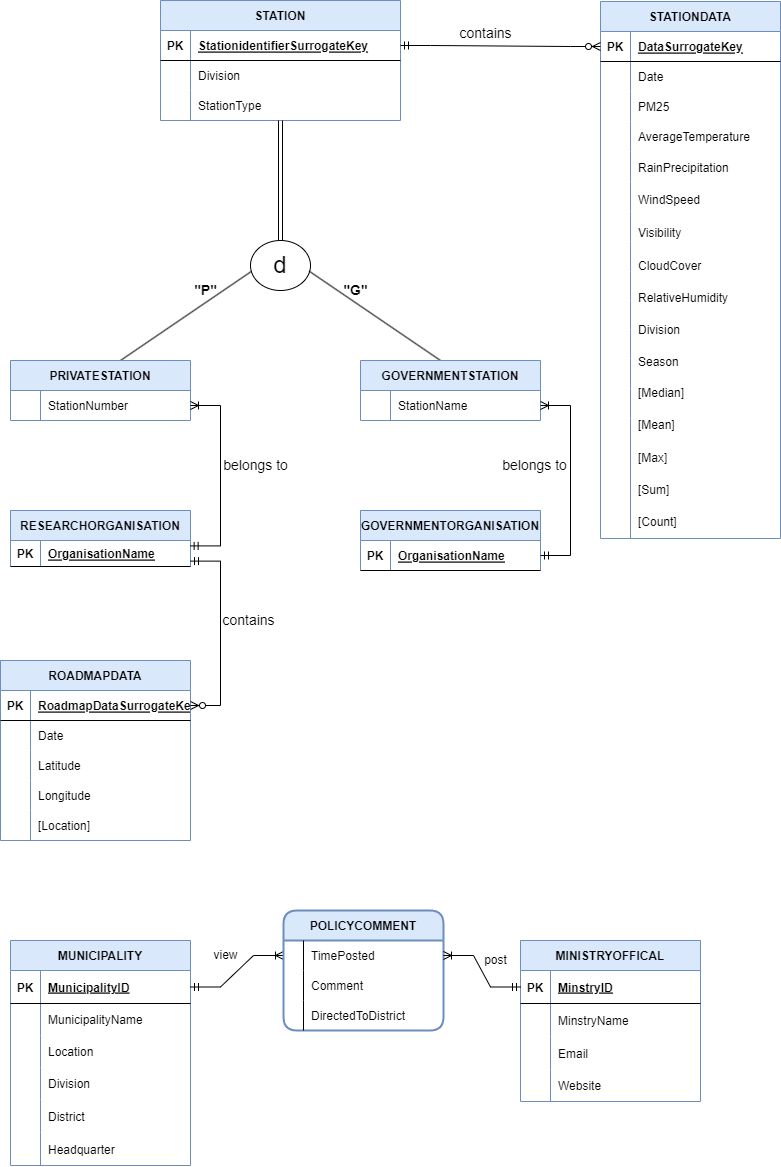
Above: ERDFinal.drawio.png in toushifhossain1/AirQualityMonitoringOfBangladesh (draw.io), before the change. Source tidied: cells renumbered, new cells last; positions are measured from the earlier drawing's top-left corner, leaving out a move shared by most shapes.
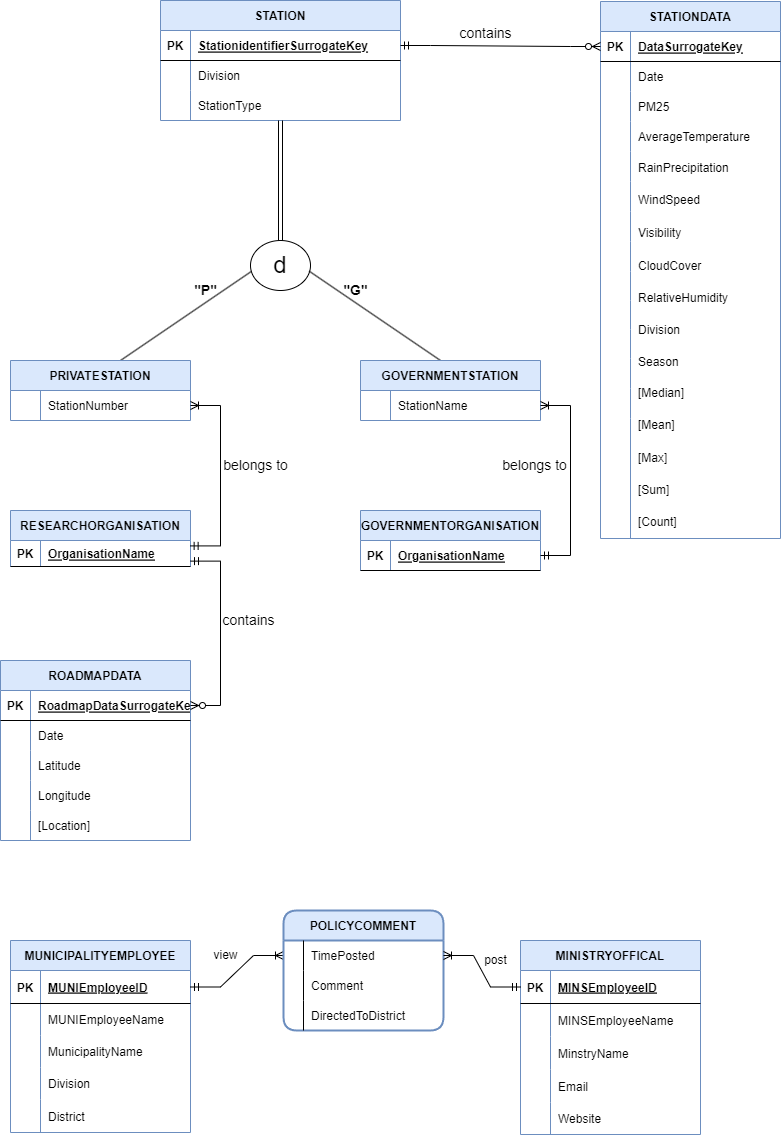
After the commit.

What changed in the source:
```diff
@@ -2,8 +2,8 @@
   <root>
     <mxCell id="0" />
     <mxCell id="1" parent="0" />
-    <mxCell id="2" value="MUNICIPALITY" style="shape=table;startSize=30;rowLines=0;fontStyle=1;align=center;fillColor=#dae8fc;strokeColor=#6c8ebf;" parent="1" vertex="1">
-      <mxGeometry x="10" y="940" width="180" height="225" as="geometry" />
+    <mxCell id="2" value="MUNICIPALITYEMPLOYEE" style="shape=table;startSize=30;rowLines=0;fontStyle=1;align=center;fillColor=#dae8fc;strokeColor=#6c8ebf;" parent="1" vertex="1">
+      <mxGeometry x="10" y="940" width="180" height="192" as="geometry" />
     </mxCell>
     <mxCell id="3" style="shape=tableRow;horizontal=0;startSize=0;swimlaneHead=0;swimlaneBody=0;fillColor=none;points=[[0,0.5],[1,0.5]];portConstraint=eastwest;top=0;left=0;right=0;bottom=1;" parent="2" vertex="1">
       <mxGeometry y="30" width="180" height="33" as="geometry" />
@@ -11,11 +11,20 @@
     <mxCell id="4" value="PK" style="shape=partialRectangle;fillColor=none;top=0;left=0;bottom=0;right=0;fontStyle=1;overflow=hidden;" parent="3" vertex="1">
       <mxGeometry width="30" height="33" as="geometry" />
     </mxCell>
-    <mxCell id="5" value="MunicipalityID" style="shape=partialRectangle;fillColor=none;top=0;left=0;bottom=0;right=0;align=left;spacingLeft=6;fontStyle=5;overflow=hidden;" parent="3" vertex="1">
+    <mxCell id="5" value="MUNIEmployeeID" style="shape=partialRectangle;fillColor=none;top=0;left=0;bottom=0;right=0;align=left;spacingLeft=6;fontStyle=5;overflow=hidden;" parent="3" vertex="1">
       <mxGeometry x="30" width="150" height="33" as="geometry" />
     </mxCell>
+    <mxCell id="161" style="shape=tableRow;horizontal=0;startSize=0;swimlaneHead=0;swimlaneBody=0;fillColor=none;top=0;left=0;right=0;bottom=0;" parent="2" vertex="1">
+      <mxGeometry y="63" width="180" height="32" as="geometry" />
+    </mxCell>
+    <mxCell id="10" style="shape=partialRectangle;fillColor=none;top=0;left=0;bottom=0;right=0;overflow=hidden;" parent="161" vertex="1">
+      <mxGeometry width="30" height="32" as="geometry" />
+    </mxCell>
+    <mxCell id="162" value="MUNIEmployeeName" style="shape=partialRectangle;fillColor=none;top=0;left=0;bottom=0;right=0;align=left;spacingLeft=6;overflow=hidden;" parent="161" vertex="1">
+      <mxGeometry x="30" width="150" height="32" as="geometry" />
+    </mxCell>
     <mxCell id="6" style="shape=tableRow;horizontal=0;startSize=0;swimlaneHead=0;swimlaneBody=0;fillColor=none;top=0;left=0;right=0;bottom=0;" parent="2" vertex="1">
-      <mxGeometry y="63" width="180" height="32" as="geometry" />
+      <mxGeometry y="95" width="180" height="32" as="geometry" />
     </mxCell>
     <mxCell id="7" style="shape=partialRectangle;fillColor=none;top=0;left=0;bottom=0;right=0;overflow=hidden;" parent="6" vertex="1">
       <mxGeometry width="30" height="32" as="geometry" />
@@ -23,15 +32,6 @@
     <mxCell id="8" value="MunicipalityName" style="shape=partialRectangle;fillColor=none;top=0;left=0;bottom=0;right=0;align=left;spacingLeft=6;overflow=hidden;" parent="6" vertex="1">
       <mxGeometry x="30" width="150" height="32" as="geometry" />
     </mxCell>
-    <mxCell id="9" style="shape=tableRow;horizontal=0;startSize=0;swimlaneHead=0;swimlaneBody=0;fillColor=none;top=0;left=0;right=0;bottom=0;" parent="2" vertex="1">
-      <mxGeometry y="95" width="180" height="32" as="geometry" />
-    </mxCell>
-    <mxCell id="10" style="shape=partialRectangle;fillColor=none;top=0;left=0;bottom=0;right=0;overflow=hidden;" parent="9" vertex="1">
-      <mxGeometry width="30" height="32" as="geometry" />
-    </mxCell>
-    <mxCell id="11" value="Location" style="shape=partialRectangle;fillColor=none;top=0;left=0;bottom=0;right=0;align=left;spacingLeft=6;overflow=hidden;" parent="9" vertex="1">
-      <mxGeometry x="30" width="150" height="32" as="geometry" />
-    </mxCell>
     <mxCell id="12" style="shape=tableRow;horizontal=0;startSize=0;swimlaneHead=0;swimlaneBody=0;fillColor=none;top=0;left=0;right=0;bottom=0;" parent="2" vertex="1">
       <mxGeometry y="127" width="180" height="32" as="geometry" />
     </mxCell>
@@ -50,20 +50,11 @@
     <mxCell id="17" value="District" style="shape=partialRectangle;fillColor=none;top=0;left=0;bottom=0;right=0;align=left;spacingLeft=6;overflow=hidden;" parent="15" vertex="1">
       <mxGeometry x="30" width="150" height="33" as="geometry" />
     </mxCell>
-    <mxCell id="18" style="shape=tableRow;horizontal=0;startSize=0;swimlaneHead=0;swimlaneBody=0;fillColor=none;top=0;left=0;right=0;bottom=0;" parent="2" vertex="1">
-      <mxGeometry y="192" width="180" height="33" as="geometry" />
-    </mxCell>
-    <mxCell id="19" style="shape=partialRectangle;fillColor=none;top=0;left=0;bottom=0;right=0;overflow=hidden;" parent="18" vertex="1">
-      <mxGeometry width="30" height="33" as="geometry" />
-    </mxCell>
-    <mxCell id="20" value="Headquarter" style="shape=partialRectangle;fillColor=none;top=0;left=0;bottom=0;right=0;align=left;spacingLeft=6;overflow=hidden;" parent="18" vertex="1">
-      <mxGeometry x="30" width="150" height="33" as="geometry" />
-    </mxCell>
     <mxCell id="21" style="edgeStyle=entityRelationEdgeStyle;fontSize=12;html=1;endArrow=ERoneToMany;startArrow=ERmandOne;rounded=0;exitX=1;exitY=0.5;exitDx=0;exitDy=0;" parent="1" edge="1" source="3" target="37">
       <mxGeometry relative="1" as="geometry" />
     </mxCell>
     <mxCell id="22" value="MINISTRYOFFICAL" style="shape=table;startSize=30;rowLines=0;fontStyle=1;align=center;fillColor=#dae8fc;strokeColor=#6c8ebf;" parent="1" vertex="1">
-      <mxGeometry x="520" y="940" width="180" height="161" as="geometry" />
+      <mxGeometry x="520" y="940" width="180" height="194" as="geometry" />
     </mxCell>
     <mxCell id="23" style="shape=tableRow;horizontal=0;startSize=0;swimlaneHead=0;swimlaneBody=0;fillColor=none;points=[[0,0.5],[1,0.5]];portConstraint=eastwest;top=0;left=0;right=0;bottom=1;" parent="22" vertex="1">
       <mxGeometry y="30" width="180" height="33" as="geometry" />
@@ -71,11 +62,20 @@
     <mxCell id="24" value="PK" style="shape=partialRectangle;fillColor=none;top=0;left=0;bottom=0;right=0;fontStyle=1;overflow=hidden;" parent="23" vertex="1">
       <mxGeometry width="30" height="33" as="geometry" />
     </mxCell>
-    <mxCell id="25" value="MinstryID" style="shape=partialRectangle;fillColor=none;top=0;left=0;bottom=0;right=0;align=left;spacingLeft=6;fontStyle=5;overflow=hidden;" parent="23" vertex="1">
+    <mxCell id="25" value="MINSEmployeeID" style="shape=partialRectangle;fillColor=none;top=0;left=0;bottom=0;right=0;align=left;spacingLeft=6;fontStyle=5;overflow=hidden;" parent="23" vertex="1">
       <mxGeometry x="30" width="150" height="33" as="geometry" />
     </mxCell>
+    <mxCell id="163" style="shape=tableRow;horizontal=0;startSize=0;swimlaneHead=0;swimlaneBody=0;fillColor=none;top=0;left=0;right=0;bottom=0;" parent="22" vertex="1">
+      <mxGeometry y="63" width="180" height="33" as="geometry" />
+    </mxCell>
+    <mxCell id="19" style="shape=partialRectangle;fillColor=none;top=0;left=0;bottom=0;right=0;overflow=hidden;" parent="163" vertex="1">
+      <mxGeometry width="30" height="33" as="geometry" />
+    </mxCell>
+    <mxCell id="164" value="MINSEmployeeName" style="shape=partialRectangle;fillColor=none;top=0;left=0;bottom=0;right=0;align=left;spacingLeft=6;overflow=hidden;" parent="163" vertex="1">
+      <mxGeometry x="30" width="150" height="33" as="geometry" />
+    </mxCell>
     <mxCell id="26" style="shape=tableRow;horizontal=0;startSize=0;swimlaneHead=0;swimlaneBody=0;fillColor=none;top=0;left=0;right=0;bottom=0;" parent="22" vertex="1">
-      <mxGeometry y="63" width="180" height="33" as="geometry" />
+      <mxGeometry y="96" width="180" height="33" as="geometry" />
     </mxCell>
     <mxCell id="27" style="shape=partialRectangle;fillColor=none;top=0;left=0;bottom=0;right=0;overflow=hidden;" parent="26" vertex="1">
       <mxGeometry width="30" height="33" as="geometry" />
@@ -84,7 +84,7 @@
       <mxGeometry x="30" width="150" height="33" as="geometry" />
     </mxCell>
     <mxCell id="29" style="shape=tableRow;horizontal=0;startSize=0;swimlaneHead=0;swimlaneBody=0;fillColor=none;top=0;left=0;right=0;bottom=0;" parent="22" vertex="1">
-      <mxGeometry y="96" width="180" height="33" as="geometry" />
+      <mxGeometry y="129" width="180" height="33" as="geometry" />
     </mxCell>
     <mxCell id="30" style="shape=partialRectangle;fillColor=none;top=0;left=0;bottom=0;right=0;overflow=hidden;" parent="29" vertex="1">
       <mxGeometry width="30" height="33" as="geometry" />
@@ -93,7 +93,7 @@
       <mxGeometry x="30" width="150" height="33" as="geometry" />
     </mxCell>
     <mxCell id="32" style="shape=tableRow;horizontal=0;startSize=0;swimlaneHead=0;swimlaneBody=0;fillColor=none;top=0;left=0;right=0;bottom=0;" parent="22" vertex="1">
-      <mxGeometry y="129" width="180" height="32" as="geometry" />
+      <mxGeometry y="162" width="180" height="32" as="geometry" />
     </mxCell>
     <mxCell id="33" style="shape=partialRectangle;fillColor=none;top=0;left=0;bottom=0;right=0;overflow=hidden;" parent="32" vertex="1">
       <mxGeometry width="30" height="32" as="geometry" />
```
